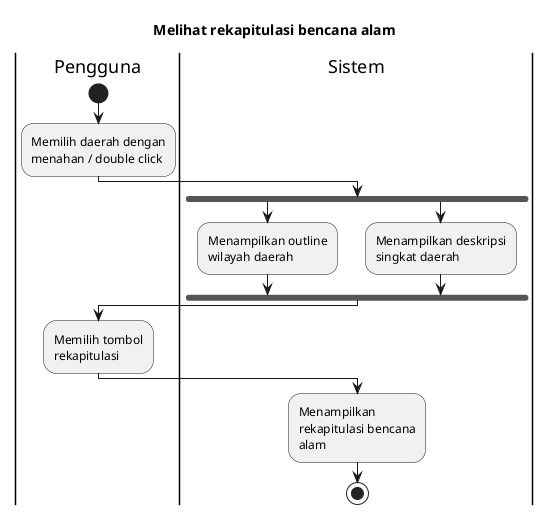
Above: export/Activity Diagrams/UC-MAP - Peta Bencana/UC-MAP-003 - Melihat rekapitulasi bencana alam.png in bagusNA/appl-diagrams (PlantUML), before the change. Source of this version:
```plantuml
@startuml
skinparam wrapWidth 140

title Melihat rekapitulasi bencana alam

|Pengguna|
start
:Memilih daerah dengan menahan / double click;

|Sistem|
fork
  :Menampilkan outline wilayah daerah;
fork again
  :Menampilkan deskripsi singkat daerah;
endfork

|Pengguna|
:Memilih tombol rekapitulasi;

|Sistem|
:Menampilkan rekapitulasi bencana alam;

stop
@enduml
```
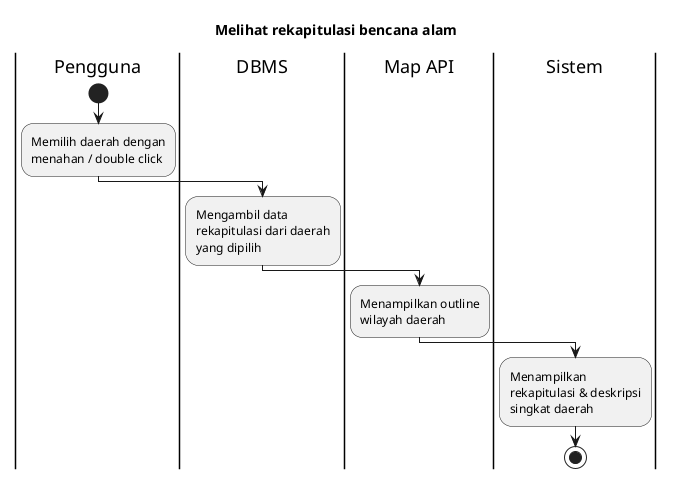
The same diagram one commit later.

Diff of the diagram source:
```diff
@@ -7,18 +7,14 @@
 start
 :Memilih daerah dengan menahan / double click;
 
-|Sistem|
-fork
-  :Menampilkan outline wilayah daerah;
-fork again
-  :Menampilkan deskripsi singkat daerah;
-endfork
+|DBMS|
+:Mengambil data rekapitulasi dari daerah yang dipilih;
 
-|Pengguna|
-:Memilih tombol rekapitulasi;
+|Map API|
+:Menampilkan outline wilayah daerah;
 
 |Sistem|
-:Menampilkan rekapitulasi bencana alam;
+:Menampilkan rekapitulasi & deskripsi singkat daerah;
 
 stop
 @enduml
```
